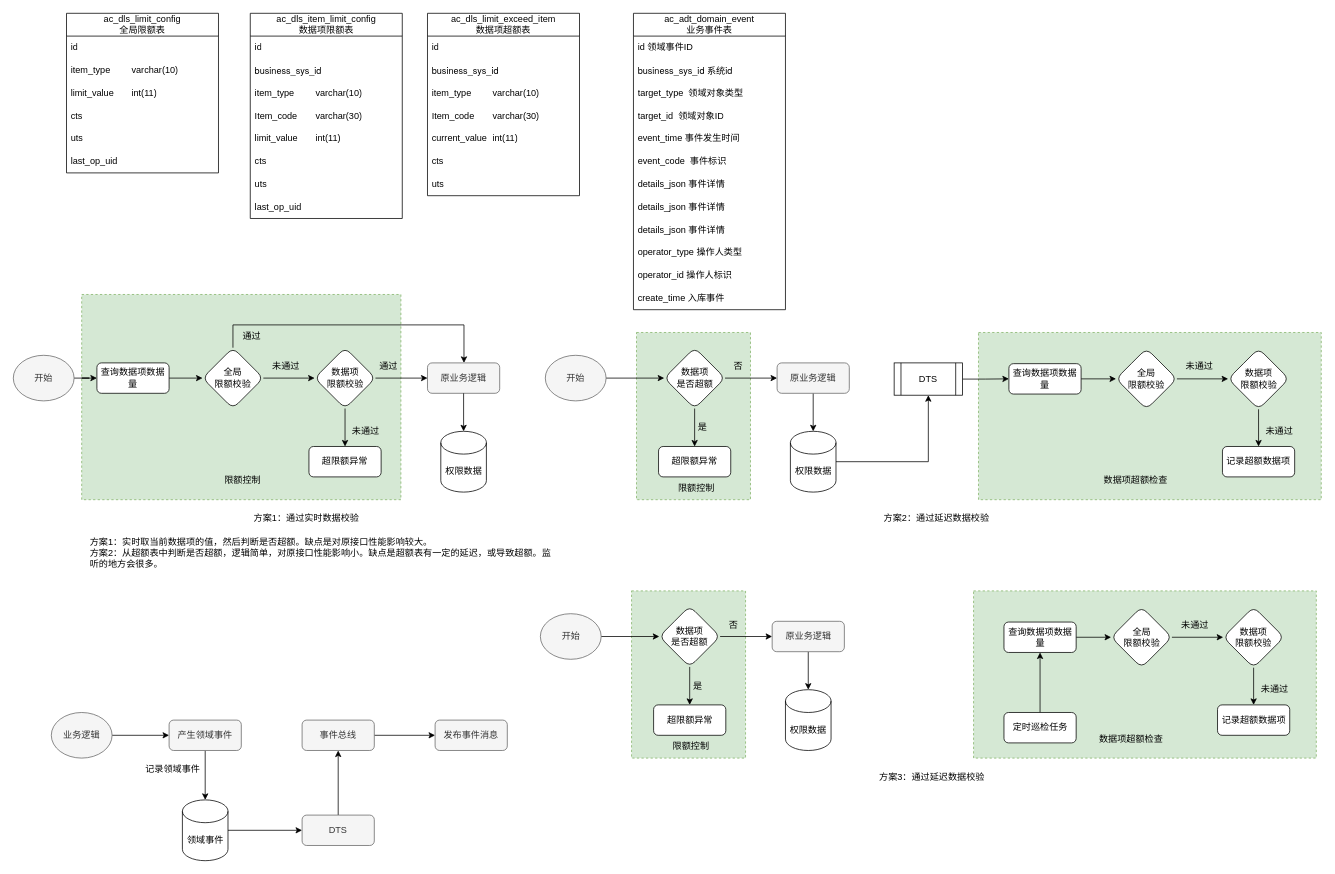
Above: 限额模块.drawio in yamilinqh/spicedb (draw.io), before the change. Source tidied: cells renumbered, new cells numbered last; positions are measured from the earlier drawing's top-left corner, leaving out a move shared by most shapes. Both pictures are drawn from the tidied source at 76%, with x=0, y=0 at pixel (13, 13).
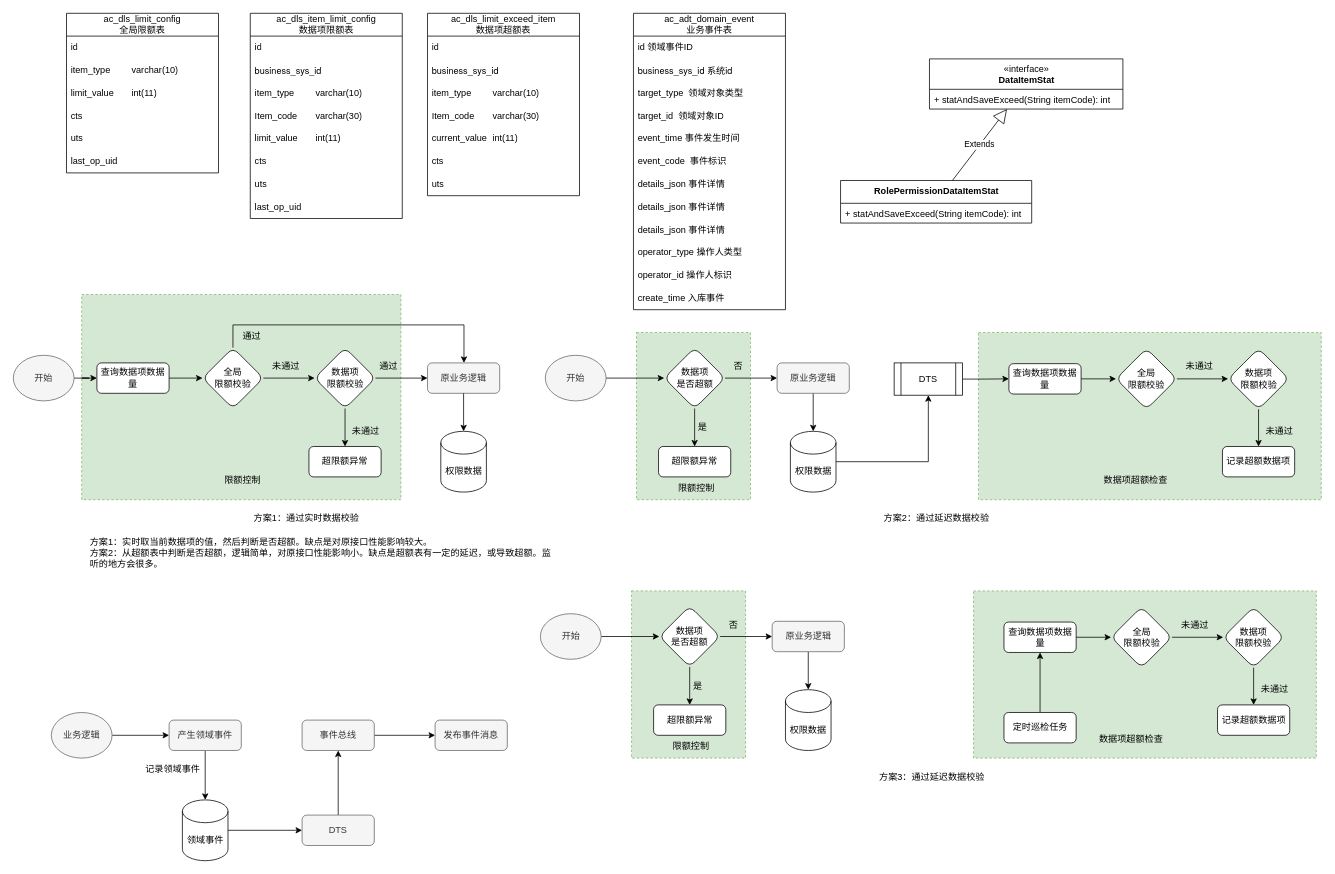
The same diagram, later.

Diff of the diagram source:
```diff
@@
+    <mxCell id="128" value="&lt;span style=&quot;font-weight: 400;&quot;&gt;«interface»&lt;/span&gt;&lt;br style=&quot;font-weight: 400;&quot;&gt;&lt;b&gt;DataItemStat&lt;/b&gt;" style="swimlane;fontStyle=1;align=center;verticalAlign=top;horizontal=1;startSize=40;whiteSpace=wrap;html=1;" parent="1" vertex="1">
+      <mxGeometry x="1205.5" y="60" width="254.5" height="66" as="geometry" />
+    </mxCell>
+    <mxCell id="129" value="+ statAndSaveExceed(String itemCode): int" style="text;strokeColor=none;fillColor=none;align=left;verticalAlign=top;spacingLeft=4;spacingRight=4;overflow=hidden;whiteSpace=wrap;html=1;" parent="128" vertex="1">
+      <mxGeometry y="40" width="254.5" height="26" as="geometry" />
+    </mxCell>
+    <mxCell id="130" value="&lt;b&gt;RolePermissionDataItemStat&lt;/b&gt;" style="swimlane;fontStyle=1;align=center;verticalAlign=top;horizontal=1;startSize=30;whiteSpace=wrap;html=1;" parent="1" vertex="1">
+      <mxGeometry x="1088.5" y="220" width="251.5" height="56" as="geometry" />
+    </mxCell>
+    <mxCell id="131" value="+ statAndSaveExceed(String itemCode): int" style="text;strokeColor=none;fillColor=none;align=left;verticalAlign=top;spacingLeft=4;spacingRight=4;overflow=hidden;whiteSpace=wrap;html=1;" parent="130" vertex="1">
+      <mxGeometry y="30" width="251.5" height="26" as="geometry" />
+    </mxCell>
+    <mxCell id="132" value="Extends" style="endArrow=block;endSize=16;endFill=0;html=1;rounded=0;" parent="1" edge="1" source="130" target="128">
+      <mxGeometry relative="1" as="geometry" />
+    </mxCell>
```
